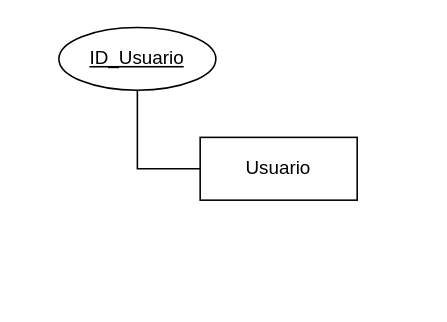
This is Practica 1 .drawio from UzielVG10/FUNDAMENTOS-E-BASE-DE-DATOS-, a draw.io file, before an edit. Source tidied: cells renumbered, new cells numbered last; positions are measured from the earlier drawing's top-left corner, leaving out a move shared by most shapes. Both pictures are drawn from the tidied source at 157%, with x=0, y=0 at pixel (58, 27).
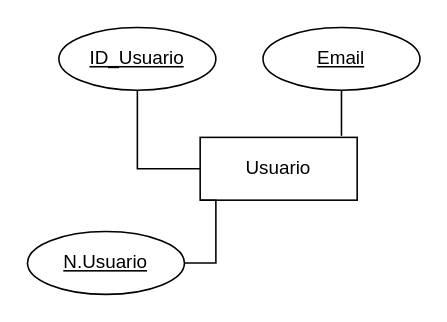
Above is the later version.

Commit message:
Agregue email

What changed in the source:
```diff
@@
 <mxGraphModel>
   <root>
     <mxCell id="0" />
     <mxCell id="1" parent="0" />
     <mxCell id="2" value="Usuario" style="whiteSpace=wrap;html=1;align=center;" parent="1" vertex="1">
       <mxGeometry x="90" y="70" width="100" height="40" as="geometry" />
     </mxCell>
     <mxCell id="3" style="edgeStyle=orthogonalEdgeStyle;rounded=0;jettySize=auto;html=1;entryX=0;entryY=0.5;entryDx=0;entryDy=0;endArrow=none;endFill=0;" parent="1" edge="1" source="4" target="2">
       <mxGeometry relative="1" as="geometry" />
     </mxCell>
     <mxCell id="4" value="ID_Usuario" style="ellipse;whiteSpace=wrap;html=1;align=center;fontStyle=20;" parent="1" vertex="1">
       <mxGeometry width="100" height="40" as="geometry" />
     </mxCell>
+    <mxCell id="5" value="Email" style="ellipse;whiteSpace=wrap;html=1;align=center;fontStyle=20;" parent="1" vertex="1">
+      <mxGeometry x="130" width="100" height="40" as="geometry" />
+    </mxCell>
+    <mxCell id="6" style="edgeStyle=orthogonalEdgeStyle;rounded=0;jettySize=auto;html=1;exitX=0.5;exitY=1;exitDx=0;exitDy=0;entryX=0.9;entryY=-0.025;entryDx=0;entryDy=0;entryPerimeter=0;endArrow=none;endFill=0;" parent="1" edge="1" source="5" target="2">
+      <mxGeometry relative="1" as="geometry" />
+    </mxCell>
+    <mxCell id="7" style="edgeStyle=orthogonalEdgeStyle;rounded=0;jettySize=auto;html=1;exitX=1;exitY=0.5;exitDx=0;exitDy=0;entryX=0;entryY=1;entryDx=0;entryDy=0;endArrow=none;endFill=0;" parent="1" edge="1" source="8" target="2">
+      <mxGeometry relative="1" as="geometry" />
+    </mxCell>
+    <mxCell id="8" value="N.Usuario" style="ellipse;whiteSpace=wrap;html=1;align=center;fontStyle=20;" parent="1" vertex="1">
+      <mxGeometry x="-20" y="130" width="100" height="40" as="geometry" />
+    </mxCell>
   </root>
 </mxGraphModel>
```
